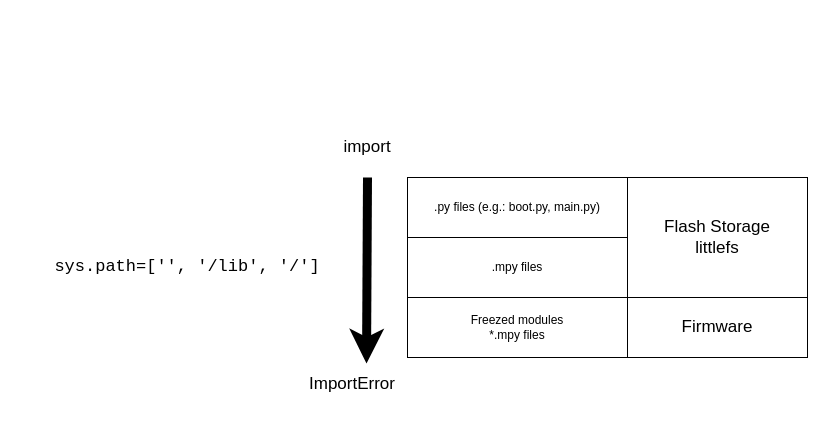
The draw.io diagram diagrams/micropython/import.drawio in jedie/jedie.github.io, before the edit. Source tidied: cells renumbered, new cells numbered last; positions are measured from the earlier drawing's top-left corner, leaving out a move shared by most shapes. Both pictures are drawn from the tidied source at 100%, with x=0, y=0 at pixel (17, 137).
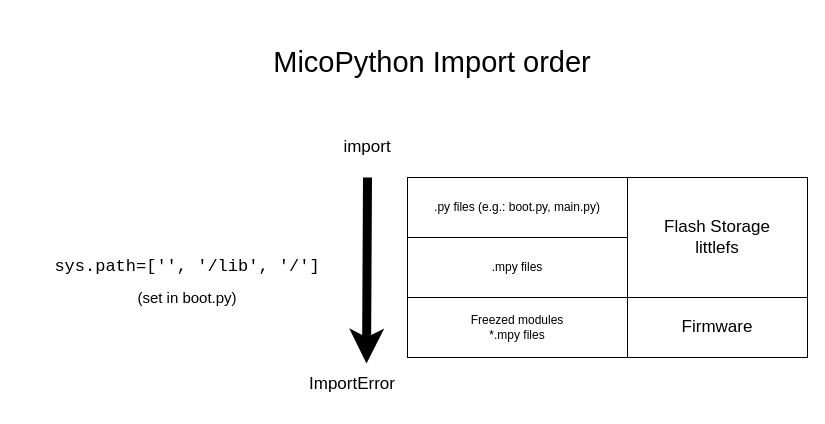
Above is the later version.

The edit, as a diff of the source:
```diff
@@
 <mxGraphModel>
   <root>
     <mxCell id="0" />
     <mxCell id="1" parent="0" />
     <mxCell id="2" style="endArrow=classic;html=1;fontSize=17;strokeWidth=9;entryX=0.454;entryY=-0.1;entryDx=0;entryDy=0;entryPerimeter=0;" parent="1" edge="1" target="10">
       <mxGeometry relative="1" as="geometry">
         <mxPoint x="350" y="40" as="sourcePoint" />
       </mxGeometry>
     </mxCell>
     <mxCell id="3" style="group;" parent="1" vertex="1">
       <mxGeometry x="390" y="40" width="220" height="180" as="geometry" />
     </mxCell>
     <mxCell id="4" value="&lt;div&gt;Freezed modules&lt;/div&gt;&lt;div&gt;*.mpy files&lt;br&gt;&lt;/div&gt;" style="rounded=0;whiteSpace=wrap;html=1;" parent="3" vertex="1">
       <mxGeometry y="120" width="220" height="60" as="geometry" />
     </mxCell>
     <mxCell id="5" value=".mpy files" style="rounded=0;whiteSpace=wrap;html=1;" parent="3" vertex="1">
       <mxGeometry y="60" width="220" height="60" as="geometry" />
     </mxCell>
     <mxCell id="6" value=".py files (e.g.: boot.py, main.py)" style="rounded=0;whiteSpace=wrap;html=1;" parent="3" vertex="1">
       <mxGeometry width="220" height="60" as="geometry" />
     </mxCell>
     <mxCell id="7" value="&lt;pre&gt;sys.path=['', '/lib', '/']&lt;/pre&gt;" style="text;html=1;strokeColor=none;fillColor=none;align=center;verticalAlign=middle;whiteSpace=wrap;rounded=0;fontSize=17;" parent="1" vertex="1">
       <mxGeometry y="120" width="340" height="20" as="geometry" />
     </mxCell>
     <mxCell id="8" value="&lt;div&gt;Flash Storage&lt;/div&gt;&lt;div&gt;littlefs&lt;br&gt;&lt;/div&gt;" style="rounded=0;whiteSpace=wrap;html=1;fontSize=17;" parent="1" vertex="1">
       <mxGeometry x="610" y="40" width="180" height="120" as="geometry" />
     </mxCell>
     <mxCell id="9" value="Firmware" style="rounded=0;whiteSpace=wrap;html=1;fontSize=17;" parent="1" vertex="1">
       <mxGeometry x="610" y="160" width="180" height="60" as="geometry" />
     </mxCell>
     <mxCell id="10" value="ImportError" style="text;html=1;fontSize=17;" parent="1" vertex="1">
       <mxGeometry x="290" y="230" width="130" height="40" as="geometry" />
     </mxCell>
     <mxCell id="11" value="import" style="text;html=1;strokeColor=none;fillColor=none;align=center;verticalAlign=middle;whiteSpace=wrap;rounded=0;fontSize=17;" parent="1" vertex="1">
       <mxGeometry x="330" width="40" height="20" as="geometry" />
     </mxCell>
+    <mxCell id="12" value="MicoPython Import order" style="text;html=1;strokeColor=none;fillColor=none;align=center;verticalAlign=middle;whiteSpace=wrap;rounded=0;fontSize=29;" parent="1" vertex="1">
+      <mxGeometry x="40" y="-120" width="750" height="90" as="geometry" />
+    </mxCell>
+    <mxCell id="13" value="(set in boot.py)" style="text;html=1;strokeColor=none;fillColor=none;align=center;verticalAlign=middle;whiteSpace=wrap;rounded=0;fontSize=15;" parent="1" vertex="1">
+      <mxGeometry x="85" y="150" width="170" height="20" as="geometry" />
+    </mxCell>
   </root>
 </mxGraphModel>
```
